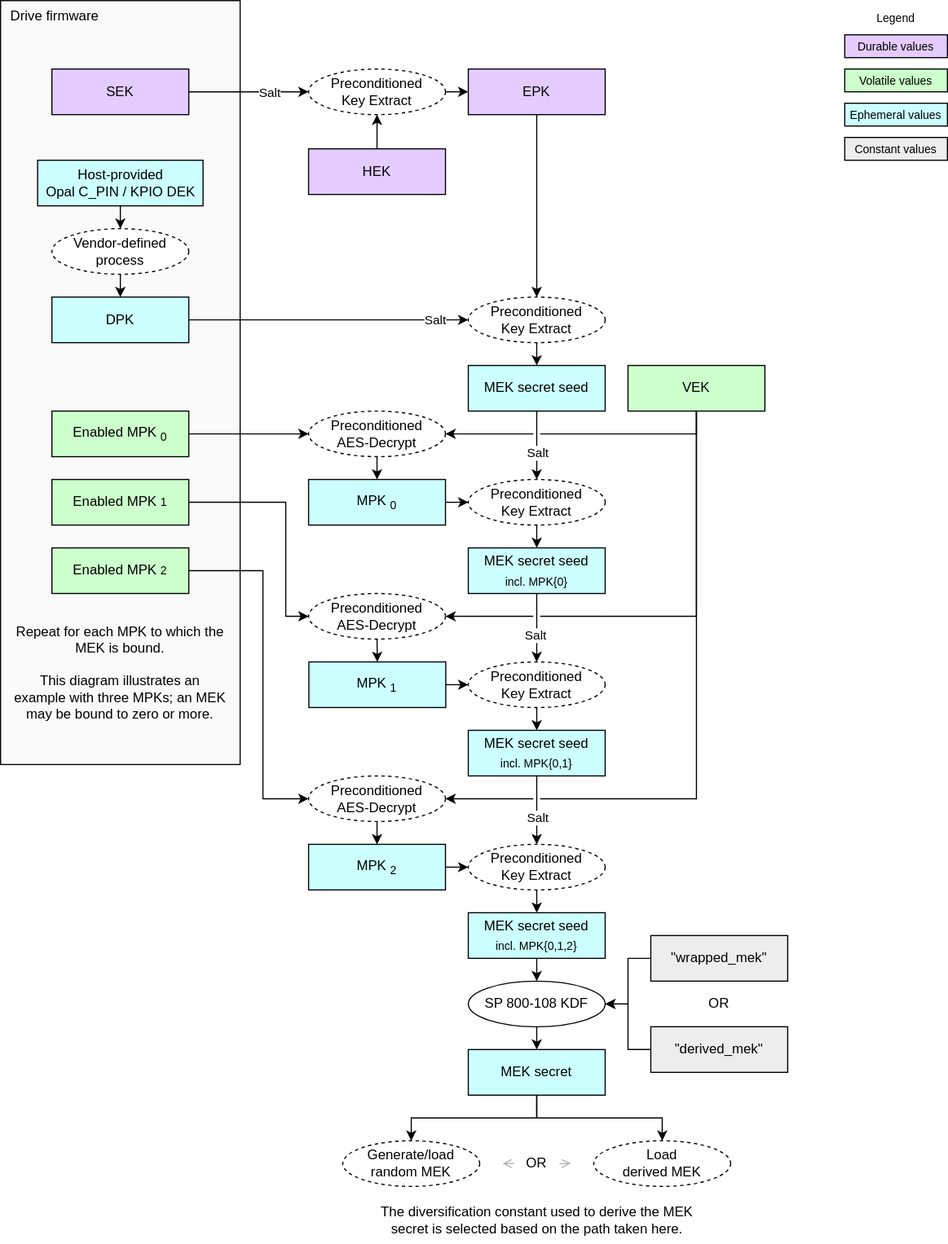
This is doc/ocp_lock/diagrams/mek_secret_derivation.drawio.svg from chipsalliance/Caliptra, a draw.io export, as it was before one commit. Source tidied: cells renumbered, new cells last; positions are measured from the earlier drawing's top-left corner, leaving out a move shared by most shapes.
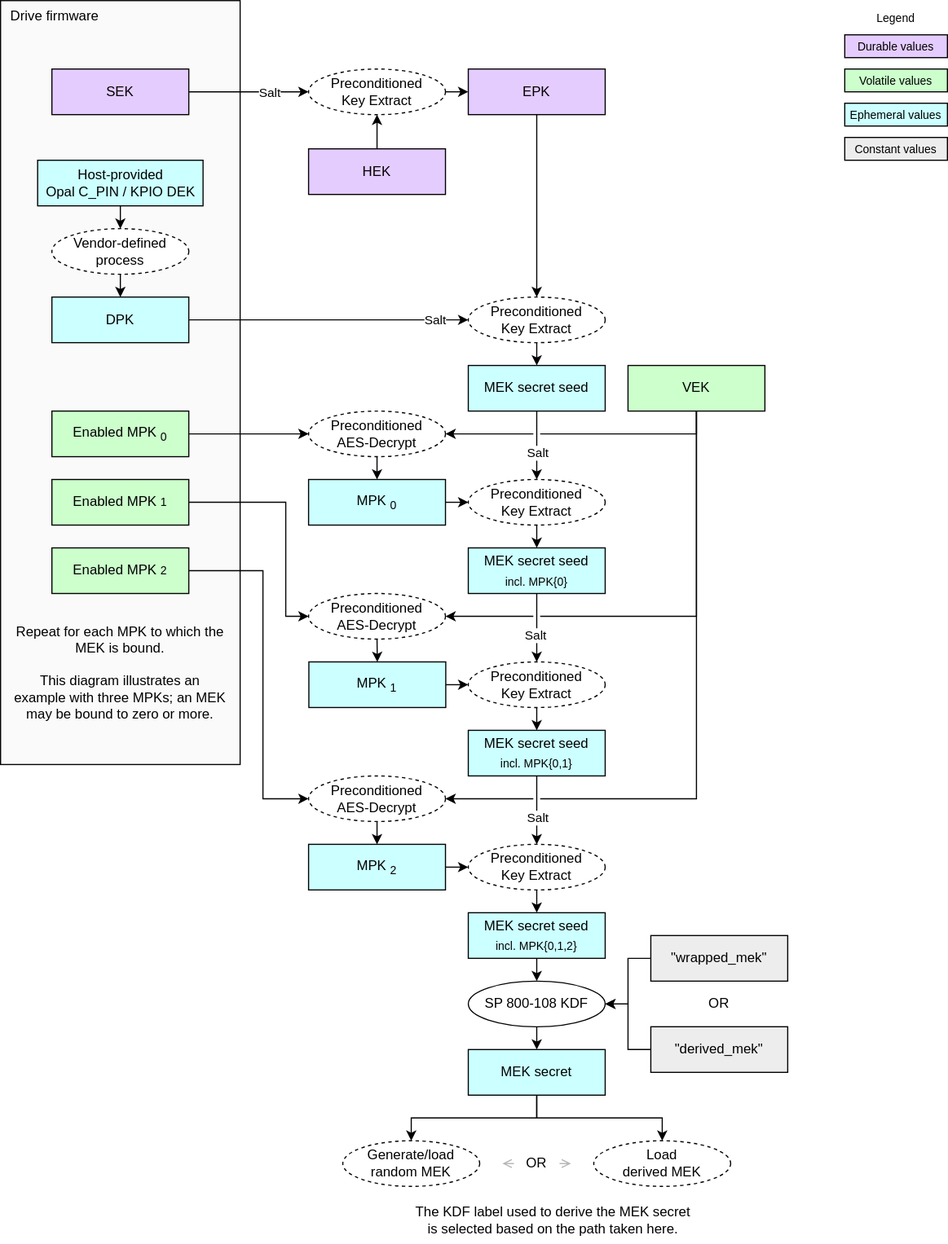
The same file after the commit.

Change to the diagram source:
```diff
@@ -278,8 +278,8 @@
     <mxCell id="80" value="OR" style="text;strokeColor=none;align=center;fillColor=none;html=1;verticalAlign=middle;whiteSpace=wrap;rounded=0;" parent="1" vertex="1">
       <mxGeometry x="610" y="865" width="40" height="30" as="geometry" />
     </mxCell>
-    <mxCell id="81" value="&lt;div&gt;&lt;span style=&quot;color: rgb(0, 0, 0);&quot;&gt;The diversification constant used to derive the MEK&lt;/span&gt;&lt;/div&gt;&lt;div&gt;&lt;span style=&quot;color: rgb(0, 0, 0);&quot;&gt;secret is selected based on the path taken here.&lt;/span&gt;&lt;span style=&quot;background-color: transparent;&quot;&gt;&lt;/span&gt;&lt;/div&gt;" style="text;strokeColor=none;align=center;fillColor=none;html=1;verticalAlign=middle;whiteSpace=wrap;rounded=0;" parent="1" vertex="1">
-      <mxGeometry x="317.5" y="1050" width="305" height="40" as="geometry" />
-    </mxCell>
+    <mxCell id="82" value="&lt;div&gt;&lt;span style=&quot;color: rgb(0, 0, 0);&quot;&gt;The KDF label used to derive the MEK&amp;nbsp;&lt;/span&gt;&lt;span style=&quot;background-color: transparent;&quot;&gt;secret is selected based on the path taken here.&lt;/span&gt;&lt;/div&gt;" style="text;strokeColor=none;align=center;fillColor=none;html=1;verticalAlign=middle;whiteSpace=wrap;rounded=0;" parent="1" vertex="1">
+      <mxGeometry x="357.5" y="1050" width="252.5" height="40" as="geometry" />
+    </mxCell>
   </root>
 </mxGraphModel>
```
